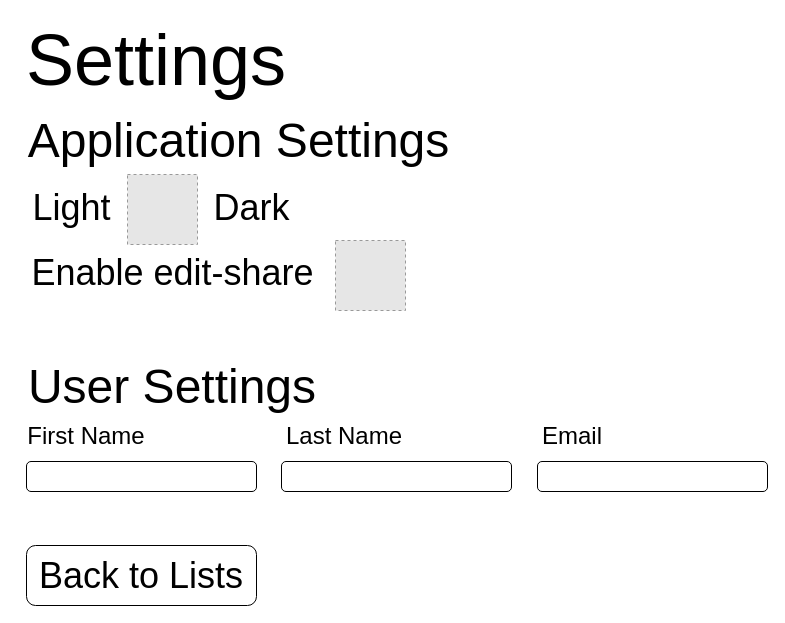
This is page "Settings" (6 of 7) of drawio files/front-end replan.drawio from AvivYunker/Listility, a draw.io file, before an edit. Source tidied: cells renumbered, new cells numbered last; positions are measured from the earlier drawing's top-left corner, leaving out a move shared by most shapes. Both pictures are drawn from the tidied source at 100%, with x=0, y=0 at pixel (17, 45). Pictures stored in the file or linked from it are replaced by grey dashed boxes.
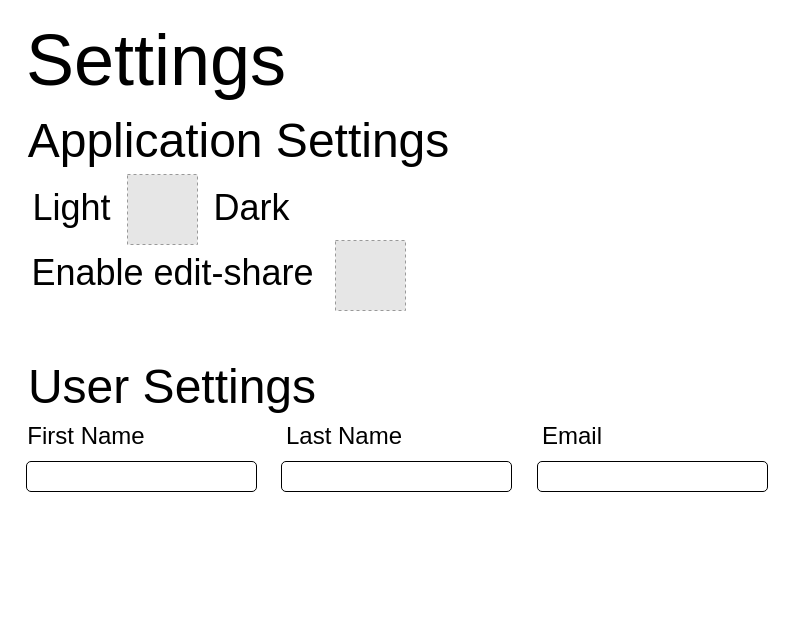
The same page after the edit.

Commit message (it also covers changes not shown here):
remove back-to-list buttons from drawio

Diff of the diagram source:
```diff
@@
 <mxGraphModel>
   <root>
     <mxCell id="0" />
     <mxCell id="1" parent="0" />
     <mxCell id="2" value="&lt;font style=&quot;font-size: 72px&quot;&gt;Settings&lt;/font&gt;" style="text;html=1;strokeColor=none;fillColor=none;align=center;verticalAlign=middle;whiteSpace=wrap;rounded=0;fontSize=36;" parent="1" vertex="1">
       <mxGeometry x="109" width="60" height="30" as="geometry" />
     </mxCell>
     <mxCell id="3" style="fillColor=#E6E6E6;strokeColor=#999999;dashed=1;verticalLabelPosition=bottom;labelBackgroundColor=default;verticalAlign=top;" parent="1" vertex="1">
       <mxGeometry x="110" y="129" width="70" height="70" as="geometry" />
     </mxCell>
     <mxCell id="4" value="&lt;font style=&quot;font-size: 36px&quot;&gt;Light&lt;/font&gt;" style="text;html=1;align=center;verticalAlign=middle;strokeColor=none;fillColor=none;fontSize=72;" parent="1" vertex="1">
       <mxGeometry x="9" y="100" width="90" height="100" as="geometry" />
     </mxCell>
     <mxCell id="5" value="&lt;font style=&quot;font-size: 36px&quot;&gt;Dark&lt;/font&gt;" style="text;html=1;align=center;verticalAlign=middle;strokeColor=none;fillColor=none;fontSize=72;" parent="1" vertex="1">
       <mxGeometry x="189" y="100" width="90" height="100" as="geometry" />
     </mxCell>
     <mxCell id="6" value="&lt;font style=&quot;font-size: 36px&quot;&gt;Enable edit-share&lt;/font&gt;" style="text;html=1;align=center;verticalAlign=middle;strokeColor=none;fillColor=none;fontSize=72;" parent="1" vertex="1">
       <mxGeometry x="5" y="165" width="300" height="100" as="geometry" />
     </mxCell>
     <mxCell id="7" style="fillColor=#E6E6E6;strokeColor=#999999;dashed=1;verticalLabelPosition=bottom;labelBackgroundColor=default;verticalAlign=top;" parent="1" vertex="1">
       <mxGeometry x="318" y="195" width="70" height="70" as="geometry" />
     </mxCell>
-    <mxCell id="8" value="Back to Lists" style="rounded=1;whiteSpace=wrap;html=1;fontSize=36;" parent="1" vertex="1">
-      <mxGeometry x="9" y="500" width="230" height="60" as="geometry" />
-    </mxCell>
     <mxCell id="9" value="Application Settings" style="text;html=1;strokeColor=none;fillColor=none;align=center;verticalAlign=middle;whiteSpace=wrap;rounded=0;fontSize=48;" parent="1" vertex="1">
       <mxGeometry x="9" y="80" width="425" height="30" as="geometry" />
     </mxCell>
     <mxCell id="10" value="User Settings" style="text;html=1;strokeColor=none;fillColor=none;align=center;verticalAlign=middle;whiteSpace=wrap;rounded=0;fontSize=48;" parent="1" vertex="1">
       <mxGeometry y="326" width="310" height="30" as="geometry" />
     </mxCell>
     <mxCell id="11" value="&lt;font style=&quot;font-size: 24px&quot;&gt;First Name&lt;/font&gt;" style="text;html=1;strokeColor=none;fillColor=none;align=center;verticalAlign=middle;whiteSpace=wrap;rounded=0;" parent="1" vertex="1">
       <mxGeometry x="9" y="376" width="120" height="30" as="geometry" />
     </mxCell>
     <mxCell id="12" value="&lt;font style=&quot;font-size: 24px&quot;&gt;Last Name&lt;/font&gt;" style="text;html=1;strokeColor=none;fillColor=none;align=center;verticalAlign=middle;whiteSpace=wrap;rounded=0;" parent="1" vertex="1">
       <mxGeometry x="264" y="376" width="126" height="30" as="geometry" />
     </mxCell>
     <mxCell id="13" style="rounded=1;whiteSpace=wrap;html=1;fontSize=24;" parent="1" vertex="1">
       <mxGeometry x="264" y="416" width="230" height="30" as="geometry" />
     </mxCell>
     <mxCell id="14" value="&lt;font style=&quot;font-size: 24px&quot;&gt;Email&lt;/font&gt;" style="text;html=1;strokeColor=none;fillColor=none;align=center;verticalAlign=middle;whiteSpace=wrap;rounded=0;" parent="1" vertex="1">
       <mxGeometry x="525" y="376" width="60" height="30" as="geometry" />
     </mxCell>
     <mxCell id="15" style="rounded=1;whiteSpace=wrap;html=1;fontSize=24;" parent="1" vertex="1">
       <mxGeometry x="9" y="416" width="230" height="30" as="geometry" />
     </mxCell>
     <mxCell id="16" style="rounded=1;whiteSpace=wrap;html=1;fontSize=24;" parent="1" vertex="1">
       <mxGeometry x="520" y="416" width="230" height="30" as="geometry" />
     </mxCell>
   </root>
 </mxGraphModel>
```
